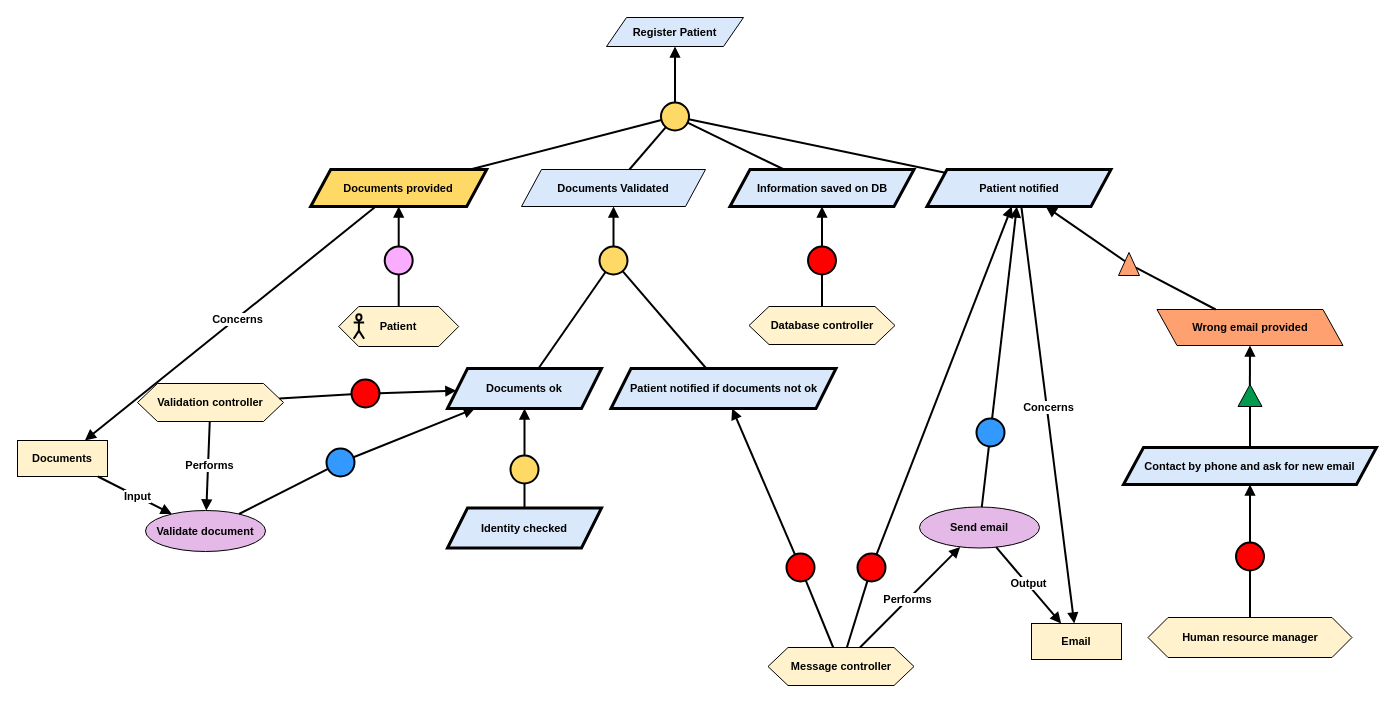
Before: Kaos/KAOS 1.drawio in RafaelCMira/myclinic-msp-project, a draw.io diagram. Source tidied: cells renumbered, new cells numbered last; positions are measured from the earlier drawing's top-left corner, leaving out a move shared by most shapes. Both pictures are drawn from the tidied source at 100%, with x=0, y=0 at pixel (17, 17).
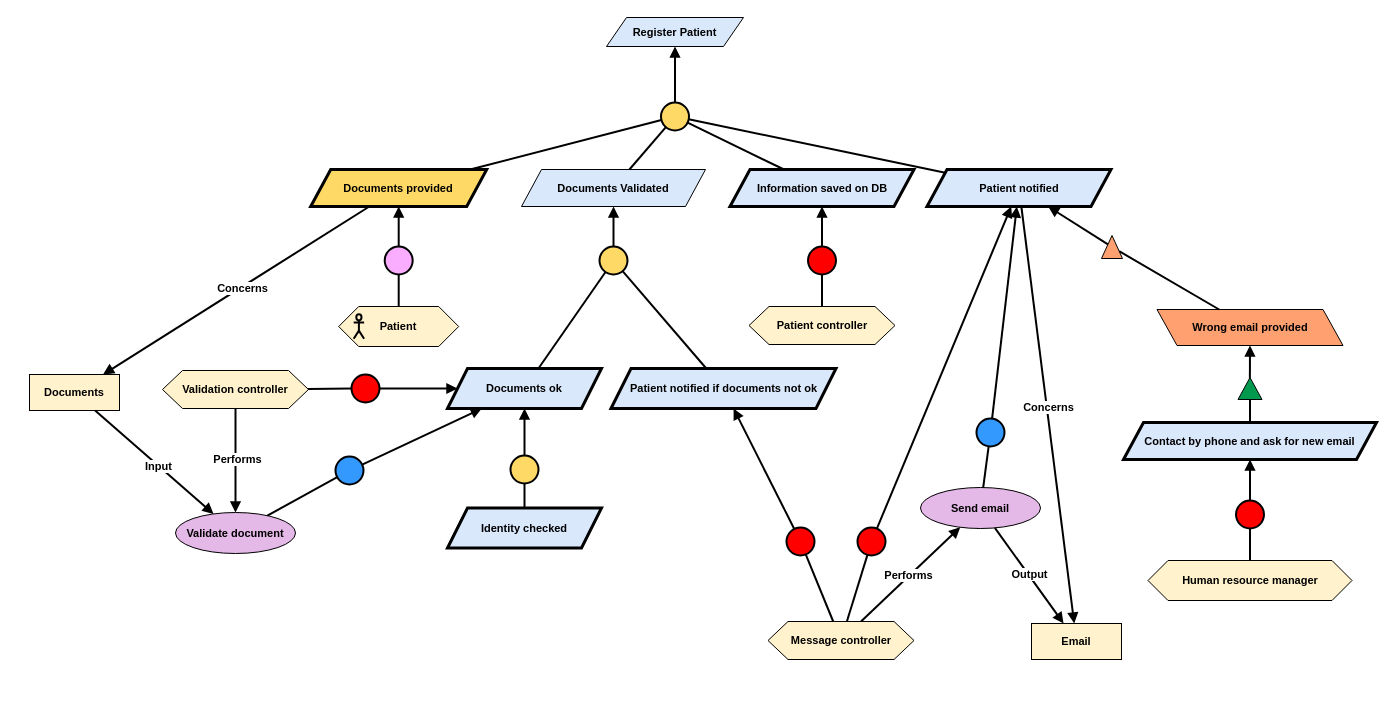
The same page after the edit.

The edit, as a diff of the source:
```diff
@@
     <mxCell id="15" value="&lt;div&gt;&lt;b&gt;Validation controller&lt;/b&gt;&lt;/div&gt;" style="shape=hexagon;perimeter=hexagonPerimeter2;whiteSpace=wrap;html=1;fixedSize=1;fillColor=#FFF2CC;fontFamily=Helvetica;fontSize=11;fontColor=default;labelBackgroundColor=none;" parent="1" vertex="1">
-      <mxGeometry x="120" y="366" width="146" height="38" as="geometry" />
+      <mxGeometry x="145" y="353" width="146" height="38" as="geometry" />
     </mxCell>
     <mxCell id="16" value="&lt;div&gt;&lt;b&gt;Message controller&lt;/b&gt;&lt;/div&gt;" style="shape=hexagon;perimeter=hexagonPerimeter2;whiteSpace=wrap;html=1;fixedSize=1;fillColor=#FFF2CC;fontFamily=Helvetica;fontSize=11;fontColor=default;labelBackgroundColor=none;" parent="1" vertex="1">
-      <mxGeometry x="750.5" y="630" width="146" height="38" as="geometry" />
+      <mxGeometry x="750.5" y="604" width="146" height="38" as="geometry" />
     </mxCell>
     <mxCell id="17" style="ellipse;whiteSpace=wrap;html=1;fillColor=#FF0000;strokeWidth=2;" parent="1" vertex="1">
-      <mxGeometry x="769" y="536" width="28" height="28" as="geometry" />
+      <mxGeometry x="769" y="510" width="28" height="28" as="geometry" />
     </mxCell>
@@
     <mxCell id="34" style="ellipse;whiteSpace=wrap;html=1;fillColor=#FF0000;strokeWidth=2;" parent="1" vertex="1">
-      <mxGeometry x="840" y="536" width="28" height="28" as="geometry" />
+      <mxGeometry x="840" y="510" width="28" height="28" as="geometry" />
     </mxCell>
@@
-    <mxCell id="37" value="&lt;div&gt;&lt;b&gt;Database controller&lt;/b&gt;&lt;/div&gt;" style="shape=hexagon;perimeter=hexagonPerimeter2;whiteSpace=wrap;html=1;fixedSize=1;fillColor=#FFF2CC;fontFamily=Helvetica;fontSize=11;fontColor=default;labelBackgroundColor=none;" parent="1" vertex="1">
+    <mxCell id="37" value="&lt;div&gt;&lt;b&gt;Patient controller&lt;/b&gt;&lt;/div&gt;" style="shape=hexagon;perimeter=hexagonPerimeter2;whiteSpace=wrap;html=1;fixedSize=1;fillColor=#FFF2CC;fontFamily=Helvetica;fontSize=11;fontColor=default;labelBackgroundColor=none;" parent="1" vertex="1">
       <mxGeometry x="731.5" y="289" width="146" height="38" as="geometry" />
     </mxCell>
@@
     <mxCell id="44" style="triangle;whiteSpace=wrap;html=1;rotation=-90;fillColor=#FFA070;strokeColor=default;" parent="1" vertex="1">
-      <mxGeometry x="1100" y="236" width="23" height="21" as="geometry" />
+      <mxGeometry x="1083" y="219" width="23" height="21" as="geometry" />
     </mxCell>
     <mxCell id="45" value="&lt;b&gt;Contact by phone and ask for new email&lt;/b&gt;" style="shape=parallelogram;perimeter=parallelogramPerimeter;whiteSpace=wrap;html=1;fixedSize=1;fillColor=#dae8fc;strokeColor=#000000;strokeWidth=3;fontFamily=Helvetica;fontSize=11;fontColor=default;labelBackgroundColor=none;" parent="1" vertex="1">
-      <mxGeometry x="1106" y="430" width="253" height="37" as="geometry" />
+      <mxGeometry x="1106" y="405" width="253" height="37" as="geometry" />
     </mxCell>
@@
     <mxCell id="48" style="triangle;whiteSpace=wrap;html=1;rotation=-90;fillColor=#00994D;" parent="1" vertex="1">
-      <mxGeometry x="1221.5" y="366" width="22" height="24" as="geometry" />
+      <mxGeometry x="1221.5" y="359" width="22" height="24" as="geometry" />
     </mxCell>
     <mxCell id="49" style="ellipse;whiteSpace=wrap;html=1;fillColor=#FF0000;strokeWidth=2;" parent="1" vertex="1">
-      <mxGeometry x="1218.5" y="525" width="28" height="28" as="geometry" />
+      <mxGeometry x="1218.5" y="483" width="28" height="28" as="geometry" />
     </mxCell>
@@
     <mxCell id="52" value="&lt;b&gt;Validate document&lt;/b&gt;" style="ellipse;whiteSpace=wrap;html=1;fillColor=#E4B9E7;strokeColor=#000000;fontFamily=Helvetica;fontSize=11;fontColor=default;labelBackgroundColor=none;" parent="1" vertex="1">
-      <mxGeometry x="128" y="493" width="120" height="41" as="geometry" />
+      <mxGeometry x="158" y="495" width="120" height="41" as="geometry" />
     </mxCell>
     <mxCell id="53" style="ellipse;whiteSpace=wrap;html=1;fillColor=#3399FF;strokeWidth=2;" parent="1" vertex="1">
-      <mxGeometry x="309" y="431" width="28" height="28" as="geometry" />
+      <mxGeometry x="318" y="439" width="28" height="28" as="geometry" />
     </mxCell>
@@
     <mxCell id="56" value="&lt;b&gt;Documents&lt;/b&gt;" style="rounded=0;whiteSpace=wrap;html=1;fillColor=#FFF2CC;fontFamily=Helvetica;fontSize=11;fontColor=default;labelBackgroundColor=none;" parent="1" vertex="1">
-      <mxGeometry y="423" width="90" height="36" as="geometry" />
+      <mxGeometry x="12" y="357" width="90" height="36" as="geometry" />
     </mxCell>
@@
     <mxCell id="62" value="&lt;b&gt;Send email&lt;/b&gt;" style="ellipse;whiteSpace=wrap;html=1;fillColor=#E4B9E7;strokeColor=#000000;fontFamily=Helvetica;fontSize=11;fontColor=default;labelBackgroundColor=none;" parent="1" vertex="1">
-      <mxGeometry x="902" y="489.5" width="120" height="41" as="geometry" />
+      <mxGeometry x="903" y="470" width="120" height="41" as="geometry" />
     </mxCell>
@@
     <mxCell id="68" style="group;fontFamily=Helvetica;fontSize=11;fontColor=default;labelBackgroundColor=default;" parent="1" vertex="1">
-      <mxGeometry x="1130.5" y="600" width="204" height="40" as="geometry" />
+      <mxGeometry x="1130.5" y="543" width="204" height="40" as="geometry" />
     </mxCell>
@@
     <mxCell id="72" style="ellipse;whiteSpace=wrap;html=1;fillColor=#FF0000;strokeWidth=2;" parent="1" vertex="1">
-      <mxGeometry x="334" y="362" width="28" height="28" as="geometry" />
+      <mxGeometry x="334" y="357" width="28" height="28" as="geometry" />
     </mxCell>
```
